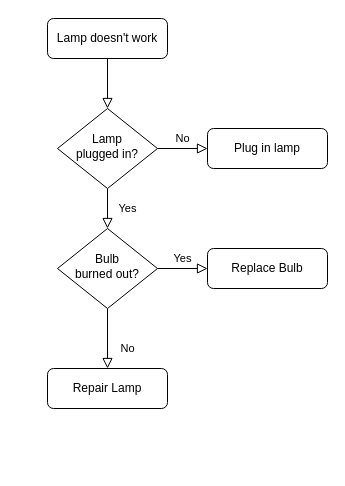
Above: Revelation-Diary/Source/FlowChart/SignUp.drawio in Revelation-22/Revelation-Diary (draw.io), before the change. Source tidied: cells renumbered, new cells numbered last; positions are measured from the earlier drawing's top-left corner, leaving out a move shared by most shapes. Both pictures are drawn from the tidied source at 100%, with x=0, y=0 at pixel (47, 18).
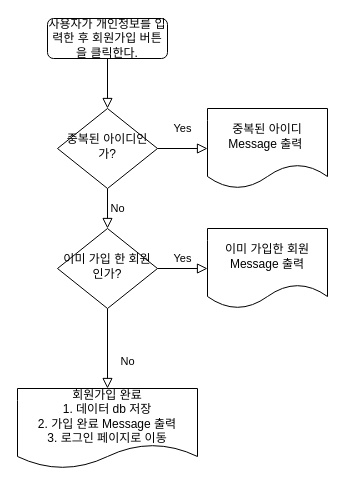
The same page after the edit.

The edit, as a diff of the source:
```diff
@@
 <mxGraphModel>
   <root>
     <mxCell id="0" />
     <mxCell id="1" parent="0" />
     <mxCell id="2" style="rounded=0;html=1;jettySize=auto;fontSize=11;endArrow=block;endFill=0;endSize=8;strokeWidth=1;shadow=0;labelBackgroundColor=none;edgeStyle=orthogonalEdgeStyle;" parent="1" edge="1" source="3" target="6">
       <mxGeometry relative="1" as="geometry" />
     </mxCell>
-    <mxCell id="3" value="Lamp doesn't work" style="rounded=1;whiteSpace=wrap;html=1;fontSize=12;glass=0;strokeWidth=1;shadow=0;" parent="1" vertex="1">
+    <mxCell id="3" value="사용자가 개인정보를 입력한 후 회원가입 버튼을 클릭한다." style="rounded=1;whiteSpace=wrap;html=1;fontSize=12;glass=0;strokeWidth=1;shadow=0;" parent="1" vertex="1">
       <mxGeometry width="120" height="40" as="geometry" />
     </mxCell>
-    <mxCell id="4" value="Yes" style="rounded=0;html=1;jettySize=auto;fontSize=11;endArrow=block;endFill=0;endSize=8;strokeWidth=1;shadow=0;labelBackgroundColor=none;edgeStyle=orthogonalEdgeStyle;" parent="1" edge="1" source="6" target="10">
+    <mxCell id="4" value="Yes" style="rounded=0;html=1;jettySize=auto;fontSize=11;endArrow=block;endFill=0;endSize=8;strokeWidth=1;shadow=0;labelBackgroundColor=none;edgeStyle=orthogonalEdgeStyle;" parent="1" edge="1" source="6" target="15">
       <mxGeometry y="20" relative="1" as="geometry" />
     </mxCell>
-    <mxCell id="5" value="No" style="edgeStyle=orthogonalEdgeStyle;rounded=0;html=1;jettySize=auto;fontSize=11;endArrow=block;endFill=0;endSize=8;strokeWidth=1;shadow=0;labelBackgroundColor=none;" parent="1" edge="1" source="6" target="7">
+    <mxCell id="5" value="No" style="edgeStyle=orthogonalEdgeStyle;rounded=0;html=1;jettySize=auto;fontSize=11;endArrow=block;endFill=0;endSize=8;strokeWidth=1;shadow=0;labelBackgroundColor=none;" parent="1" edge="1" source="6" target="10">
       <mxGeometry y="10" relative="1" as="geometry" />
     </mxCell>
-    <mxCell id="6" value="Lamp&lt;br&gt;plugged in?" style="rhombus;whiteSpace=wrap;html=1;shadow=0;fontFamily=Helvetica;fontSize=12;align=center;strokeWidth=1;spacing=6;spacingTop=-4;" parent="1" vertex="1">
+    <mxCell id="6" value="중복된 아이디인가?" style="rhombus;whiteSpace=wrap;html=1;shadow=0;fontFamily=Helvetica;fontSize=12;align=center;strokeWidth=1;spacing=6;spacingTop=-4;" parent="1" vertex="1">
       <mxGeometry x="10" y="90" width="100" height="80" as="geometry" />
     </mxCell>
-    <mxCell id="7" value="Plug in lamp" style="rounded=1;whiteSpace=wrap;html=1;fontSize=12;glass=0;strokeWidth=1;shadow=0;" parent="1" vertex="1">
-      <mxGeometry x="160" y="110" width="120" height="40" as="geometry" />
-    </mxCell>
-    <mxCell id="8" value="No" style="rounded=0;html=1;jettySize=auto;fontSize=11;endArrow=block;endFill=0;endSize=8;strokeWidth=1;shadow=0;labelBackgroundColor=none;edgeStyle=orthogonalEdgeStyle;" parent="1" edge="1" source="10" target="11">
+    <mxCell id="8" value="No" style="rounded=0;html=1;jettySize=auto;fontSize=11;endArrow=block;endFill=0;endSize=8;strokeWidth=1;shadow=0;labelBackgroundColor=none;edgeStyle=orthogonalEdgeStyle;entryX=0.5;entryY=0;entryDx=0;entryDy=0;" parent="1" edge="1" source="10" target="13">
       <mxGeometry x="0.33" y="20" relative="1" as="geometry" />
     </mxCell>
-    <mxCell id="9" value="Yes" style="edgeStyle=orthogonalEdgeStyle;rounded=0;html=1;jettySize=auto;fontSize=11;endArrow=block;endFill=0;endSize=8;strokeWidth=1;shadow=0;labelBackgroundColor=none;" parent="1" edge="1" source="10" target="12">
+    <mxCell id="9" value="Yes" style="edgeStyle=orthogonalEdgeStyle;rounded=0;html=1;jettySize=auto;fontSize=11;endArrow=block;endFill=0;endSize=8;strokeWidth=1;shadow=0;labelBackgroundColor=none;" parent="1" edge="1" source="10" target="14">
       <mxGeometry y="10" relative="1" as="geometry" />
     </mxCell>
-    <mxCell id="10" value="Bulb&lt;br&gt;burned out?" style="rhombus;whiteSpace=wrap;html=1;shadow=0;fontFamily=Helvetica;fontSize=12;align=center;strokeWidth=1;spacing=6;spacingTop=-4;" parent="1" vertex="1">
+    <mxCell id="10" value="이미 가입 한 회원인가?" style="rhombus;whiteSpace=wrap;html=1;shadow=0;fontFamily=Helvetica;fontSize=12;align=center;strokeWidth=1;spacing=6;spacingTop=-4;" parent="1" vertex="1">
       <mxGeometry x="10" y="210" width="100" height="80" as="geometry" />
     </mxCell>
-    <mxCell id="11" value="Repair Lamp" style="rounded=1;whiteSpace=wrap;html=1;fontSize=12;glass=0;strokeWidth=1;shadow=0;" parent="1" vertex="1">
-      <mxGeometry y="350" width="120" height="40" as="geometry" />
-    </mxCell>
-    <mxCell id="12" value="Replace Bulb" style="rounded=1;whiteSpace=wrap;html=1;fontSize=12;glass=0;strokeWidth=1;shadow=0;" parent="1" vertex="1">
-      <mxGeometry x="160" y="230" width="120" height="40" as="geometry" />
-    </mxCell>
+    <mxCell id="13" value="회원가입 완료&lt;br style=&quot;border-color: var(--border-color);&quot;&gt;1. 데이터 db 저장&lt;br style=&quot;border-color: var(--border-color);&quot;&gt;2. 가입 완료 Message 출력&lt;br style=&quot;border-color: var(--border-color);&quot;&gt;3. 로그인 페이지로 이동" style="shape=document;whiteSpace=wrap;html=1;boundedLbl=1;" parent="1" vertex="1">
+      <mxGeometry x="-30" y="370" width="180" height="80" as="geometry" />
+    </mxCell>
+    <mxCell id="14" value="이미 가입한 회원 Message 출력" style="shape=document;whiteSpace=wrap;html=1;boundedLbl=1;" parent="1" vertex="1">
+      <mxGeometry x="160" y="210" width="120" height="80" as="geometry" />
+    </mxCell>
+    <mxCell id="15" value="중복된 아이디 Message 출력&amp;nbsp;" style="shape=document;whiteSpace=wrap;html=1;boundedLbl=1;" parent="1" vertex="1">
+      <mxGeometry x="160" y="90" width="120" height="80" as="geometry" />
+    </mxCell>
   </root>
 </mxGraphModel>
```
